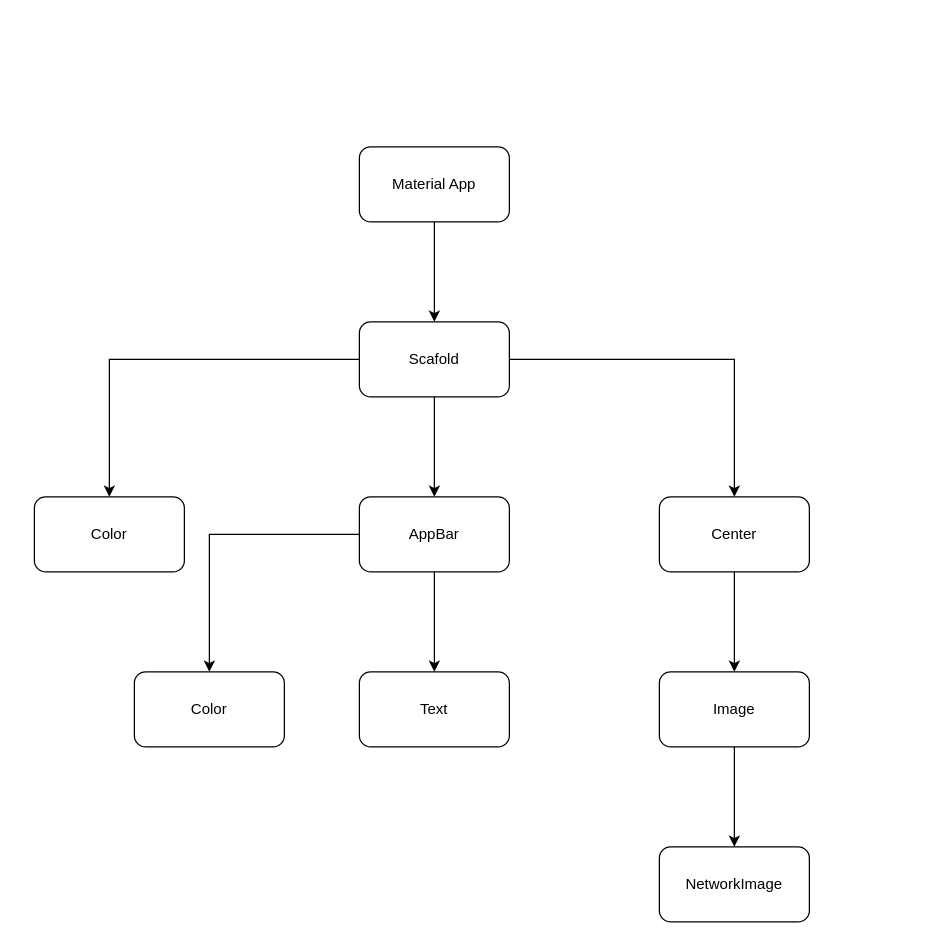
african-codeninja/Flutter-Bootcamp-with-Dart keeps this draw.io diagram as i_am_rich_app.drawio. Above is the earlier version. Source tidied: cells renumbered, new cells numbered last; positions are measured from the earlier drawing's top-left corner, leaving out a move shared by most shapes. Both pictures are drawn from the tidied source at 125%, with x=0, y=0 at pixel (34, 146).
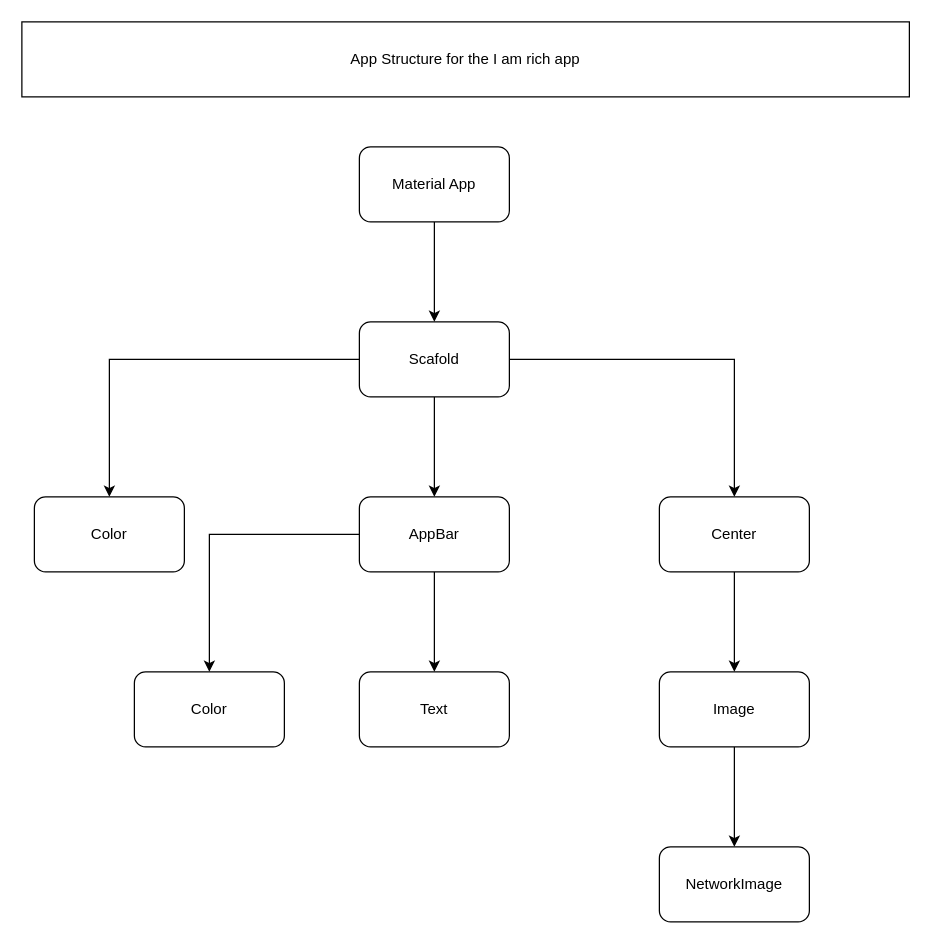
The same page after the edit.

Diff of the diagram source:
```diff
@@
 <mxGraphModel>
   <root>
     <mxCell id="0" />
     <mxCell id="1" parent="0" />
     <mxCell id="2" style="edgeStyle=orthogonalEdgeStyle;rounded=0;jettySize=auto;html=1;" parent="1" edge="1" source="3" target="7">
       <mxGeometry relative="1" as="geometry" />
     </mxCell>
     <mxCell id="3" value="Material App" style="rounded=1;whiteSpace=wrap;html=1;" parent="1" vertex="1">
       <mxGeometry x="260" width="120" height="60" as="geometry" />
     </mxCell>
     <mxCell id="4" style="edgeStyle=orthogonalEdgeStyle;rounded=0;jettySize=auto;html=1;" parent="1" edge="1" source="7" target="8">
       <mxGeometry relative="1" as="geometry" />
     </mxCell>
     <mxCell id="5" style="edgeStyle=orthogonalEdgeStyle;rounded=0;jettySize=auto;html=1;" parent="1" edge="1" source="7" target="11">
       <mxGeometry relative="1" as="geometry" />
     </mxCell>
     <mxCell id="6" style="edgeStyle=orthogonalEdgeStyle;rounded=0;jettySize=auto;html=1;" parent="1" edge="1" source="7" target="13">
       <mxGeometry relative="1" as="geometry" />
     </mxCell>
     <mxCell id="7" value="Scafold" style="rounded=1;whiteSpace=wrap;html=1;" parent="1" vertex="1">
       <mxGeometry x="260" y="140" width="120" height="60" as="geometry" />
     </mxCell>
     <mxCell id="8" value="Color" style="rounded=1;whiteSpace=wrap;html=1;" parent="1" vertex="1">
       <mxGeometry y="280" width="120" height="60" as="geometry" />
     </mxCell>
     <mxCell id="9" style="edgeStyle=orthogonalEdgeStyle;rounded=0;jettySize=auto;html=1;" parent="1" edge="1" source="11" target="17">
       <mxGeometry relative="1" as="geometry" />
     </mxCell>
     <mxCell id="10" style="edgeStyle=orthogonalEdgeStyle;rounded=0;jettySize=auto;html=1;" parent="1" edge="1" source="11" target="18">
       <mxGeometry relative="1" as="geometry" />
     </mxCell>
     <mxCell id="11" value="AppBar" style="rounded=1;whiteSpace=wrap;html=1;" parent="1" vertex="1">
       <mxGeometry x="260" y="280" width="120" height="60" as="geometry" />
     </mxCell>
     <mxCell id="12" style="edgeStyle=orthogonalEdgeStyle;rounded=0;jettySize=auto;html=1;" parent="1" edge="1" source="13" target="15">
       <mxGeometry relative="1" as="geometry" />
     </mxCell>
     <mxCell id="13" value="Center" style="rounded=1;whiteSpace=wrap;html=1;" parent="1" vertex="1">
       <mxGeometry x="500" y="280" width="120" height="60" as="geometry" />
     </mxCell>
     <mxCell id="14" style="edgeStyle=orthogonalEdgeStyle;rounded=0;jettySize=auto;html=1;" parent="1" edge="1" source="15" target="16">
       <mxGeometry relative="1" as="geometry" />
     </mxCell>
     <mxCell id="15" value="Image" style="rounded=1;whiteSpace=wrap;html=1;" parent="1" vertex="1">
       <mxGeometry x="500" y="420" width="120" height="60" as="geometry" />
     </mxCell>
     <mxCell id="16" value="NetworkImage" style="rounded=1;whiteSpace=wrap;html=1;" parent="1" vertex="1">
       <mxGeometry x="500" y="560" width="120" height="60" as="geometry" />
     </mxCell>
     <mxCell id="17" value="Text" style="rounded=1;whiteSpace=wrap;html=1;" parent="1" vertex="1">
       <mxGeometry x="260" y="420" width="120" height="60" as="geometry" />
     </mxCell>
     <mxCell id="18" value="Color" style="rounded=1;whiteSpace=wrap;html=1;" parent="1" vertex="1">
       <mxGeometry x="80" y="420" width="120" height="60" as="geometry" />
     </mxCell>
+    <mxCell id="19" value="App Structure for the I am rich app" style="rounded=0;whiteSpace=wrap;html=1;" parent="1" vertex="1">
+      <mxGeometry x="-10" y="-100" width="710" height="60" as="geometry" />
+    </mxCell>
   </root>
 </mxGraphModel>
```
